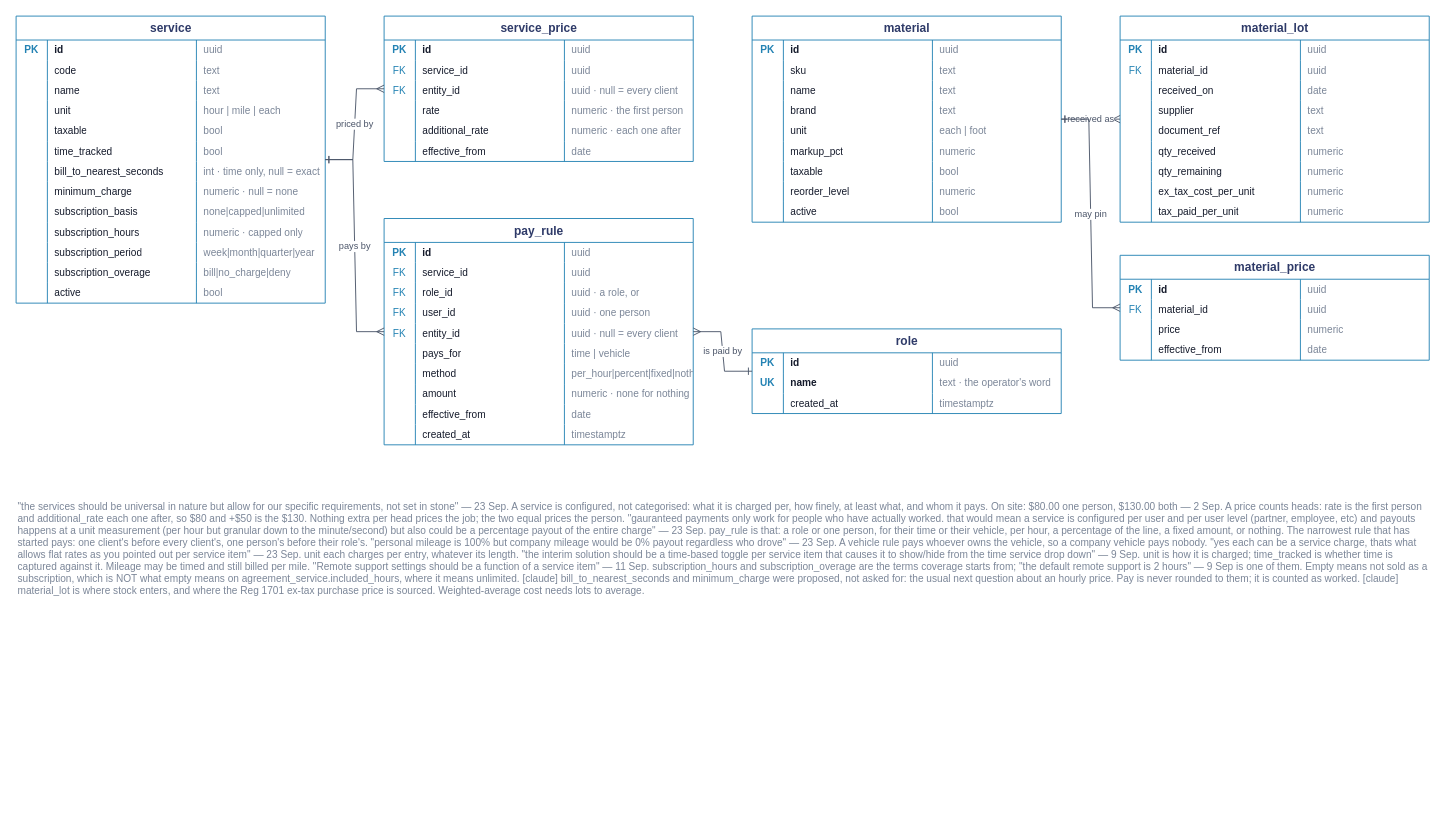
This is docs/schema/03-catalogue.drawio from TylerVigario/reckon, a draw.io file, before an edit. Source tidied: cells renumbered, new cells numbered last; positions are measured from the earlier drawing's top-left corner, leaving out a move shared by most shapes. Both pictures are drawn from the tidied source at 92%, with x=0, y=0 at pixel (16, 16).
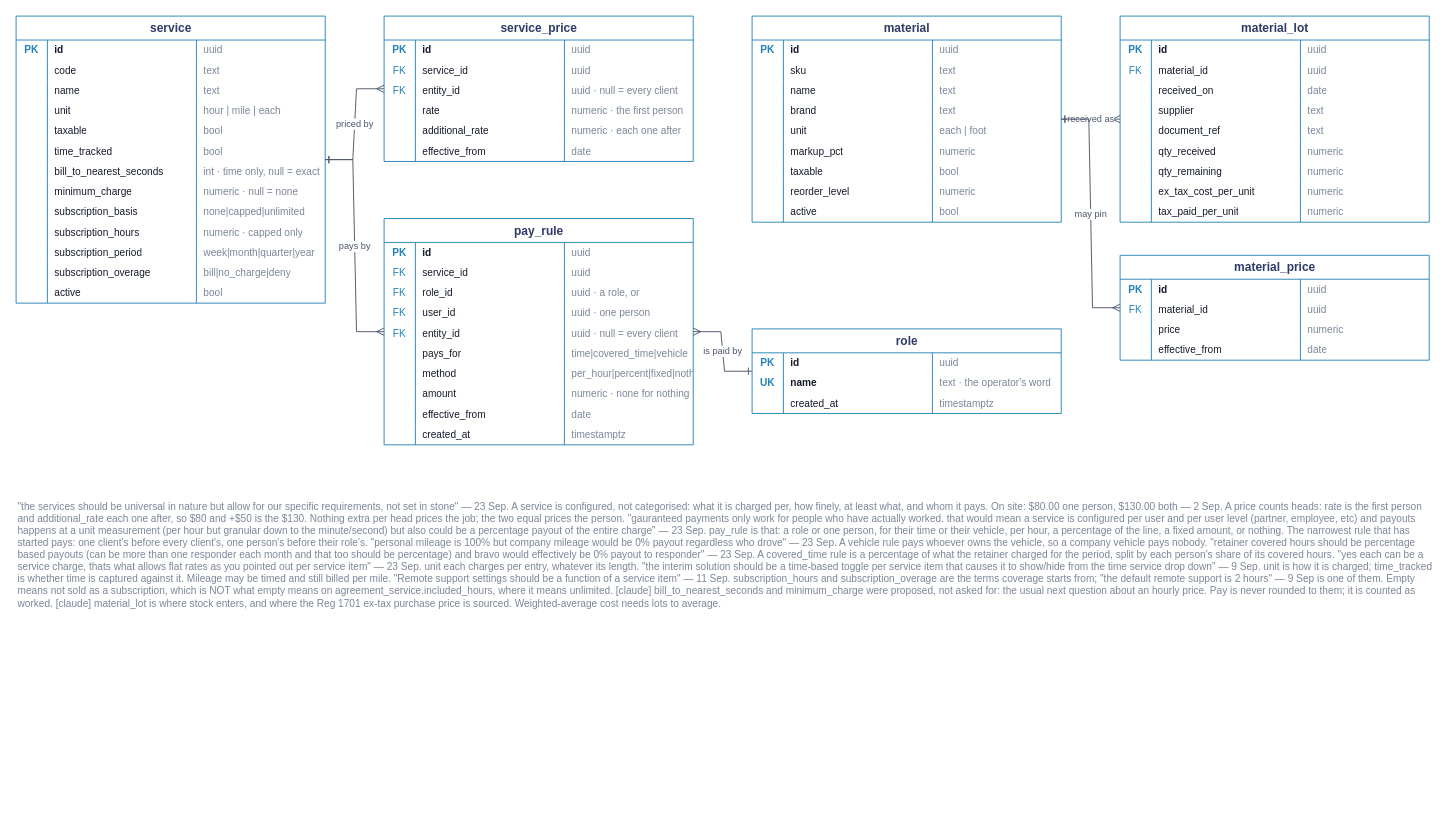
Above is the later version.

Unchanged cells that the change refers to:
```xml
<mxCell id="101" style="shape=tableRow;horizontal=0;startSize=0;swimlaneHead=0;swimlaneBody=0;fillColor=none;top=0;left=0;right=0;bottom=0;strokeColor=#d4dae4;" parent="80" vertex="1">
  <mxGeometry y="136" width="336" height="22" as="geometry" />
</mxCell>
```

Change to the diagram source:
```diff
@@
-    <mxCell id="104" value="time | vehicle" style="shape=partialRectangle;fillColor=none;top=0;left=0;bottom=0;right=0;overflow=hidden;whiteSpace=wrap;html=1;fontSize=11;align=left;spacingLeft=6;fontColor=#7b8698;" parent="101" vertex="1">
+    <mxCell id="104" value="time|covered_time|vehicle" style="shape=partialRectangle;fillColor=none;top=0;left=0;bottom=0;right=0;overflow=hidden;whiteSpace=wrap;html=1;fontSize=11;align=left;spacingLeft=6;fontColor=#7b8698;" parent="101" vertex="1">
       <mxGeometry x="196" width="140" height="22" as="geometry" />
     </mxCell>
@@
-    <mxCell id="230" value="&quot;the services should be universal in nature but allow for our specific requirements, not set in stone&quot; — 23 Sep. A service is configured, not categorised: what it is charged per, how finely, at least what, and whom it pays.  On site: $80.00 one person, $130.00 both — 2 Sep. A price counts heads: rate is the first person and additional_rate each one after, so $80 and +$50 is the $130. Nothing extra per head prices the job; the two equal prices the person.  &quot;gauranteed payments only work for people who have actually worked. that would mean a service is configured per user and per user level (partner, employee, etc) and payouts happens at a unit measurement (per hour but granular down to the minute/second) but also could be a percentage payout of the entire charge&quot; — 23 Sep. pay_rule is that: a role or one person, for their time or their vehicle, per hour, a percentage of the line, a fixed amount, or nothing. The narrowest rule that has started pays: one client's before every client's, one person's before their role's.  &quot;personal mileage is 100% but company mileage would be 0% payout regardless who drove&quot; — 23 Sep. A vehicle rule pays whoever owns the vehicle, so a company vehicle pays nobody.  &quot;yes each can be a service charge, thats what allows flat rates as you pointed out per service item&quot; — 23 Sep. unit each charges per entry, whatever its length.  &quot;the interim solution should be a time-based toggle per service item that causes it to show/hide from the time service drop down&quot; — 9 Sep. unit is how it is charged; time_tracked is whether time is captured against it. Mileage may be timed and still billed per mile.  &quot;Remote support settings should be a function of a service item&quot; — 11 Sep. subscription_hours and subscription_overage are the terms coverage starts from; &quot;the default remote support is 2 hours&quot; — 9 Sep is one of them. Empty means not sold as a subscription, which is NOT what empty means on agreement_service.included_hours, where it means unlimited.  [claude] bill_to_nearest_seconds and minimum_charge were proposed, not asked for: the usual next question about an hourly price. Pay is never rounded to them; it is counted as worked.  [claude] material_lot is where stock enters, and where the Reg 1701 ex-tax purchase price is sourced. Weighted-average cost needs lots to average." style="text;html=1;strokeColor=none;fillColor=none;align=left;verticalAlign=top;fontSize=11;fontColor=#7b8698;whiteSpace=wrap;" parent="1" vertex="1">
+    <mxCell id="230" value="&quot;the services should be universal in nature but allow for our specific requirements, not set in stone&quot; — 23 Sep. A service is configured, not categorised: what it is charged per, how finely, at least what, and whom it pays.  On site: $80.00 one person, $130.00 both — 2 Sep. A price counts heads: rate is the first person and additional_rate each one after, so $80 and +$50 is the $130. Nothing extra per head prices the job; the two equal prices the person.  &quot;gauranteed payments only work for people who have actually worked. that would mean a service is configured per user and per user level (partner, employee, etc) and payouts happens at a unit measurement (per hour but granular down to the minute/second) but also could be a percentage payout of the entire charge&quot; — 23 Sep. pay_rule is that: a role or one person, for their time or their vehicle, per hour, a percentage of the line, a fixed amount, or nothing. The narrowest rule that has started pays: one client's before every client's, one person's before their role's.  &quot;personal mileage is 100% but company mileage would be 0% payout regardless who drove&quot; — 23 Sep. A vehicle rule pays whoever owns the vehicle, so a company vehicle pays nobody.  &quot;retainer covered hours should be percentage based payouts (can be more than one responder each month and that too should be percentage) and bravo would effectively be 0% payout to responder&quot; — 23 Sep. A covered_time rule is a percentage of what the retainer charged for the period, split by each person's share of its covered hours.  &quot;yes each can be a service charge, thats what allows flat rates as you pointed out per service item&quot; — 23 Sep. unit each charges per entry, whatever its length.  &quot;the interim solution should be a time-based toggle per service item that causes it to show/hide from the time service drop down&quot; — 9 Sep. unit is how it is charged; time_tracked is whether time is captured against it. Mileage may be timed and still billed per mile.  &quot;Remote support settings should be a function of a service item&quot; — 11 Sep. subscription_hours and subscription_overage are the terms coverage starts from; &quot;the default remote support is 2 hours&quot; — 9 Sep is one of them. Empty means not sold as a subscription, which is NOT what empty means on agreement_service.included_hours, where it means unlimited.  [claude] bill_to_nearest_seconds and minimum_charge were proposed, not asked for: the usual next question about an hourly price. Pay is never rounded to them; it is counted as worked.  [claude] material_lot is where stock enters, and where the Reg 1701 ex-tax purchase price is sourced. Weighted-average cost needs lots to average." style="text;html=1;strokeColor=none;fillColor=none;align=left;verticalAlign=top;fontSize=11;fontColor=#7b8698;whiteSpace=wrap;" parent="1" vertex="1">
       <mxGeometry y="520" width="1540" height="330" as="geometry" />
     </mxCell>
```
